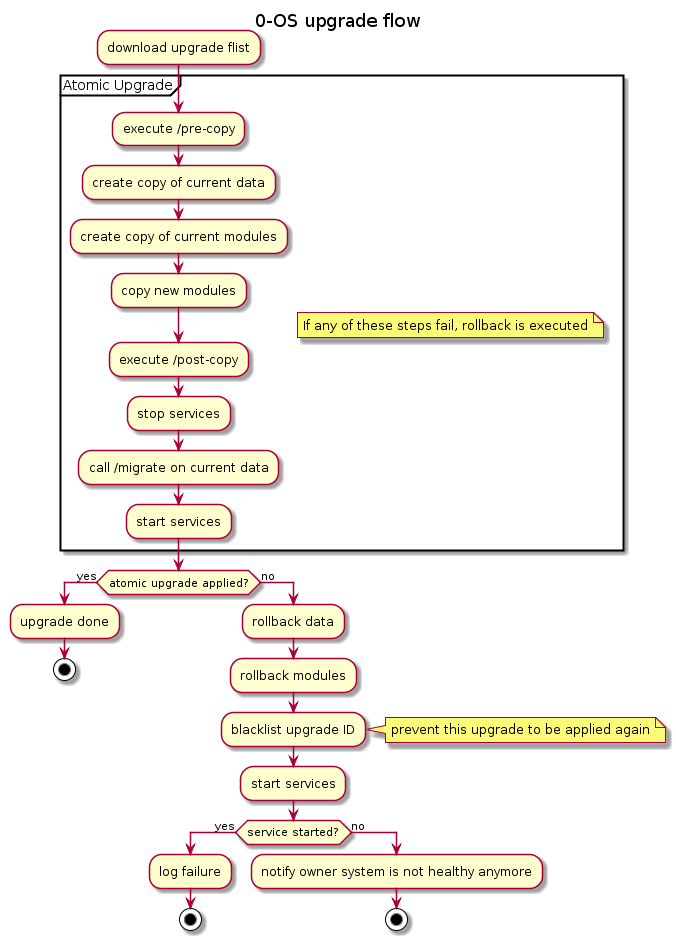
This is assets/0-OS_upgrade_flow.png from threefoldtech/zos, a PlantUML export, as it was before one commit. Its diagram source:
```plantuml
@startuml
title 0-OS upgrade flow

:download upgrade flist;
partition "Atomic Upgrade" {
    floating note right: If any of these steps fail, rollback is executed
    :execute /pre-copy;
    :create copy of current data;
    :create copy of current modules;
    :copy new modules;
    :execute /post-copy;
    :stop services;
    :call /migrate on current data;
    :start services;
}
if (atomic upgrade applied?) then (yes)
  :upgrade done;
  stop
else (no)
  :rollback data;
  :rollback modules;
  :blacklist upgrade ID;
  note right: prevent this upgrade to be applied again
  :start services;
  if (service started?) then (yes)
   :log failure;
    stop
  else (no)
    :notify owner system is not healthy anymore;
    stop
  endif
endif
@enduml
```
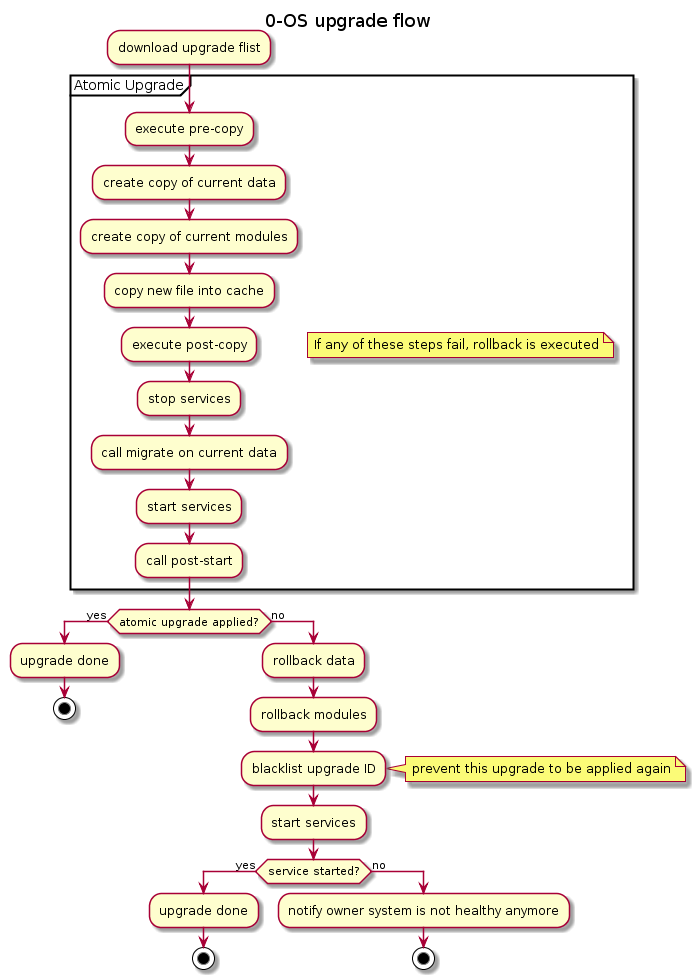
The same diagram one commit later.

Commit message:
documentation: add documenation about upgrade module

Diff of the diagram source:
```diff
@@ -4,14 +4,15 @@
 :download upgrade flist;
 partition "Atomic Upgrade" {
     floating note right: If any of these steps fail, rollback is executed
-    :execute /pre-copy;
+    :execute pre-copy;
     :create copy of current data;
     :create copy of current modules;
-    :copy new modules;
-    :execute /post-copy;
+    :copy new file into cache;
+    :execute post-copy;
     :stop services;
-    :call /migrate on current data;
+    :call migrate on current data;
     :start services;
+    :call post-start;
 }
 if (atomic upgrade applied?) then (yes)
   :upgrade done;
@@ -23,7 +24,7 @@
   note right: prevent this upgrade to be applied again
   :start services;
   if (service started?) then (yes)
-   :log failure;
+   :upgrade done;
     stop
   else (no)
     :notify owner system is not healthy anymore;
```
